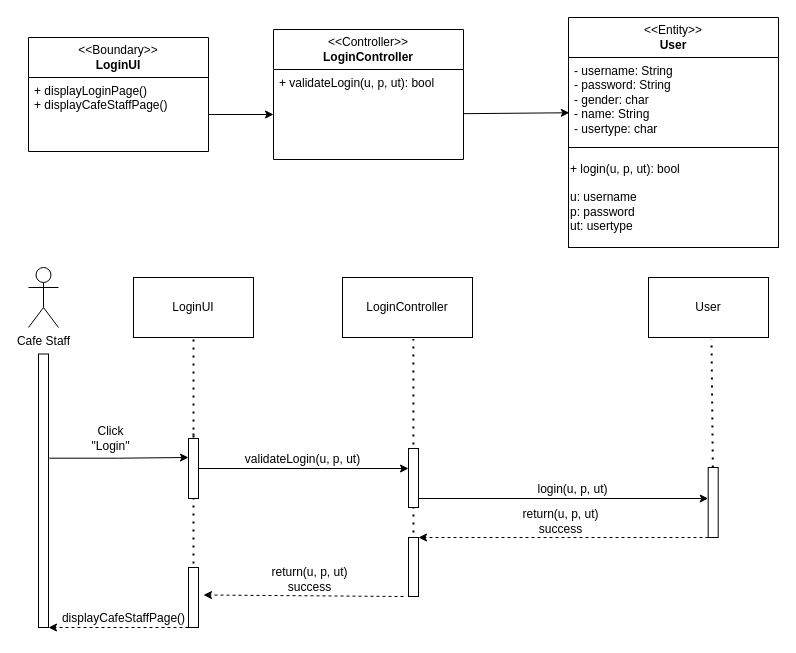
This is page "CafeStaffLogin" (7 of 15) of BCE.drawio from junrenx/Diagrams, a draw.io file, before an edit. Source tidied: cells renumbered, new cells numbered last; positions are measured from the earlier drawing's top-left corner, leaving out a move shared by most shapes. Both pictures are drawn from the tidied source at 100%, with x=0, y=0 at pixel (28, 17).
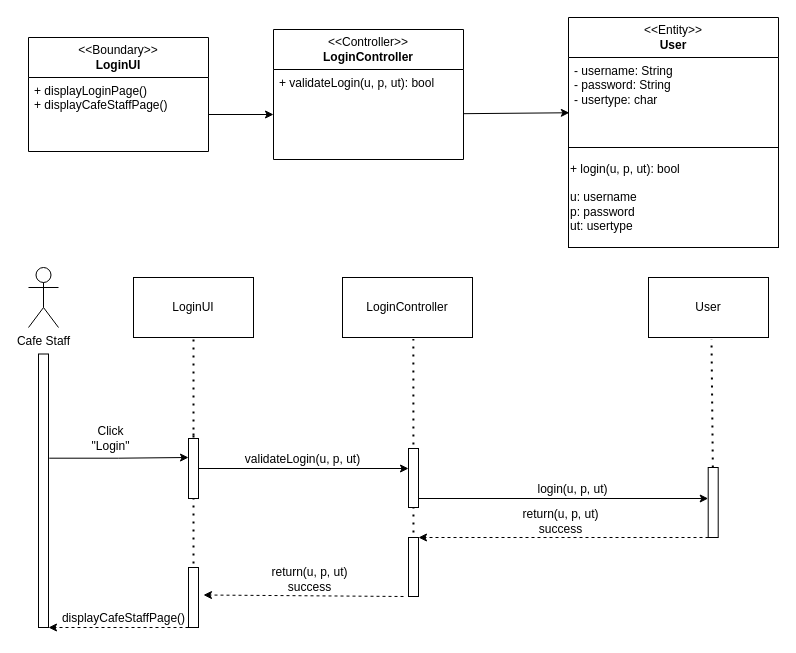
Above is the later version.

The change refers to these unchanged cells:
```xml
<mxCell id="13" value="&amp;lt;&amp;lt;Entity&amp;gt;&amp;gt;&lt;b style=&quot;font-size: 12px;&quot;&gt;&lt;br style=&quot;font-size: 12px;&quot;&gt;User&lt;br style=&quot;font-size: 12px;&quot;&gt;&lt;/b&gt;" style="swimlane;fontStyle=0;horizontal=1;startSize=40;fillColor=none;whiteSpace=wrap;html=1;fontSize=12;" parent="1" vertex="1">
  <mxGeometry x="540" width="210" height="130" as="geometry" />
</mxCell>
```

The edit, as a diff of the source:
```diff
@@
-    <mxCell id="14" value="- username: String&lt;br style=&quot;font-size: 12px;&quot;&gt;- password: String&lt;br style=&quot;font-size: 12px;&quot;&gt;- gender: char&lt;br style=&quot;font-size: 12px;&quot;&gt;- name: String&lt;br style=&quot;font-size: 12px;&quot;&gt;- usertype: char" style="text;strokeColor=none;fillColor=none;align=left;verticalAlign=top;spacingLeft=4;spacingRight=4;overflow=hidden;points=[[0,0.5],[1,0.5]];portConstraint=eastwest;whiteSpace=wrap;html=1;fontSize=12;" parent="13" vertex="1">
+    <mxCell id="14" value="- username: String&lt;br style=&quot;font-size: 12px;&quot;&gt;- password: String&lt;br style=&quot;font-size: 12px;&quot;&gt;- usertype: char" style="text;strokeColor=none;fillColor=none;align=left;verticalAlign=top;spacingLeft=4;spacingRight=4;overflow=hidden;points=[[0,0.5],[1,0.5]];portConstraint=eastwest;whiteSpace=wrap;html=1;fontSize=12;" parent="13" vertex="1">
       <mxGeometry y="40" width="210" height="90" as="geometry" />
     </mxCell>
```
